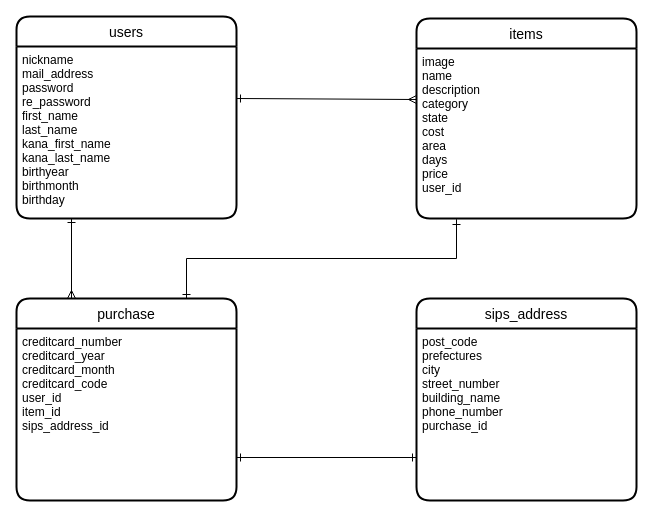
Before: test.dio in JINKE-BETAWA/furima-32593, a draw.io diagram. Source tidied: cells renumbered, new cells numbered last; positions are measured from the earlier drawing's top-left corner, leaving out a move shared by most shapes. Both pictures are drawn from the tidied source at 100%, with x=0, y=0 at pixel (16, 16).
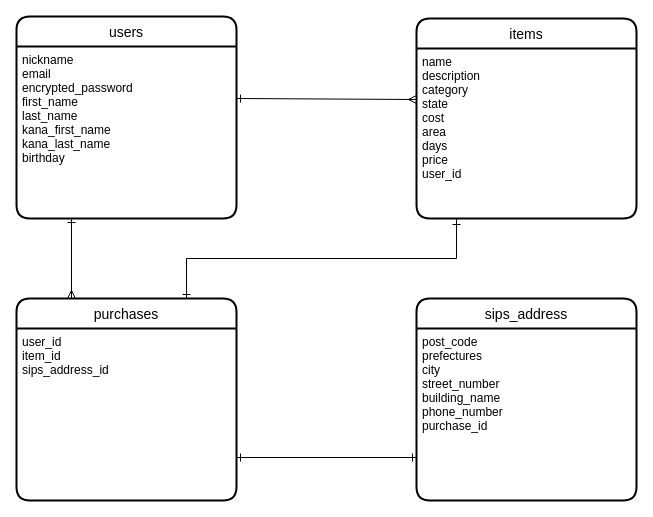
Above is the later version.

Change to the diagram source:
```diff
@@
 <mxGraphModel>
   <root>
     <mxCell id="0" />
     <mxCell id="1" parent="0" />
-    <mxCell id="2" value="purchase" style="swimlane;horizontal=1;startSize=30;rounded=1;fontSize=14;fontStyle=0;strokeWidth=2;shadow=0;dashed=0;align=center;sketch=0;" parent="1" vertex="1">
+    <mxCell id="2" value="purchases" style="swimlane;horizontal=1;startSize=30;rounded=1;fontSize=14;fontStyle=0;strokeWidth=2;shadow=0;dashed=0;align=center;sketch=0;" parent="1" vertex="1">
       <mxGeometry y="282" width="220" height="202" as="geometry" />
     </mxCell>
-    <mxCell id="3" value="creditcard_number&#10;creditcard_year&#10;creditcard_month&#10;creditcard_code&#10;user_id&#10;item_id&#10;sips_address_id" style="align=left;strokeColor=none;fillColor=none;spacingLeft=4;fontSize=12;verticalAlign=top;" parent="2" vertex="1">
+    <mxCell id="3" value="user_id&#10;item_id&#10;sips_address_id" style="align=left;strokeColor=none;fillColor=none;spacingLeft=4;fontSize=12;verticalAlign=top;" parent="2" vertex="1">
       <mxGeometry y="30" width="220" height="172" as="geometry" />
     </mxCell>
     <mxCell id="4" value="sips_address" style="swimlane;horizontal=1;startSize=30;rounded=1;fontSize=14;fontStyle=0;strokeWidth=2;shadow=0;dashed=0;align=center;sketch=0;" parent="1" vertex="1">
       <mxGeometry x="400" y="282" width="220" height="202" as="geometry" />
     </mxCell>
     <mxCell id="5" value="post_code&#10;prefectures&#10;city&#10;street_number&#10;building_name&#10;phone_number&#10;purchase_id&#10;&#10;" style="align=left;strokeColor=none;fillColor=none;spacingLeft=4;fontSize=12;verticalAlign=top;" parent="4" vertex="1">
       <mxGeometry y="30" width="220" height="172" as="geometry" />
     </mxCell>
     <mxCell id="6" style="edgeStyle=orthogonalEdgeStyle;rounded=0;orthogonalLoop=1;jettySize=auto;html=1;startArrow=ERone;startFill=0;endArrow=ERone;endFill=0;" parent="1" edge="1">
       <mxGeometry relative="1" as="geometry">
         <mxPoint x="440" y="212" as="sourcePoint" />
         <mxPoint x="170" y="282" as="targetPoint" />
         <Array as="points">
           <mxPoint x="440" y="203" />
           <mxPoint x="440" y="242" />
           <mxPoint x="170" y="242" />
         </Array>
       </mxGeometry>
     </mxCell>
     <mxCell id="7" style="endArrow=ERmany;html=1;rounded=0;entryX=0;entryY=0.3;entryDx=0;entryDy=0;entryPerimeter=0;endFill=0;startArrow=ERone;startFill=0;" parent="1" edge="1" target="14">
       <mxGeometry relative="1" as="geometry">
         <mxPoint x="220" y="82" as="sourcePoint" />
       </mxGeometry>
     </mxCell>
     <mxCell id="8" style="edgeStyle=orthogonalEdgeStyle;rounded=0;jettySize=auto;html=1;exitX=0.25;exitY=1;exitDx=0;exitDy=0;entryX=0.25;entryY=0;entryDx=0;entryDy=0;startArrow=ERone;startFill=0;endArrow=ERmany;endFill=0;" parent="1" edge="1" source="12" target="2">
       <mxGeometry relative="1" as="geometry" />
     </mxCell>
     <mxCell id="9" style="edgeStyle=orthogonalEdgeStyle;rounded=0;jettySize=auto;html=1;exitX=1;exitY=0.75;exitDx=0;exitDy=0;entryX=0;entryY=0.75;entryDx=0;entryDy=0;startArrow=ERone;startFill=0;endArrow=ERone;endFill=0;" parent="1" edge="1" source="3" target="5">
       <mxGeometry relative="1" as="geometry" />
     </mxCell>
     <mxCell id="10" parent="0" />
     <mxCell id="11" value="users" style="swimlane;horizontal=1;startSize=30;rounded=1;fontSize=14;fontStyle=0;strokeWidth=2;shadow=0;dashed=0;align=center;sketch=0;" parent="10" vertex="1">
       <mxGeometry width="220" height="202" as="geometry" />
     </mxCell>
-    <mxCell id="12" value="nickname&#10;mail_address&#10;password&#10;re_password&#10;first_name&#10;last_name&#10;kana_first_name&#10;kana_last_name&#10;birthyear&#10;birthmonth&#10;birthday" style="align=left;strokeColor=none;fillColor=none;spacingLeft=4;fontSize=12;verticalAlign=top;" parent="11" vertex="1">
+    <mxCell id="12" value="nickname&#10;email&#10;encrypted_password&#10;first_name&#10;last_name&#10;kana_first_name&#10;kana_last_name&#10;birthday" style="align=left;strokeColor=none;fillColor=none;spacingLeft=4;fontSize=12;verticalAlign=top;" parent="11" vertex="1">
       <mxGeometry y="30" width="220" height="172" as="geometry" />
     </mxCell>
     <mxCell id="13" value="items" style="swimlane;horizontal=1;startSize=30;rounded=1;fontSize=14;fontStyle=0;strokeWidth=2;shadow=0;dashed=0;align=center;sketch=0;" parent="10" vertex="1">
       <mxGeometry x="400" y="2" width="220" height="200" as="geometry" />
     </mxCell>
-    <mxCell id="14" value="image&#10;name&#10;description&#10;category&#10;state&#10;cost&#10;area&#10;days&#10;price&#10;user_id" style="align=left;strokeColor=none;fillColor=none;spacingLeft=4;fontSize=12;verticalAlign=top;" parent="13" vertex="1">
+    <mxCell id="14" value="name&#10;description&#10;category&#10;state&#10;cost&#10;area&#10;days&#10;price&#10;user_id" style="align=left;strokeColor=none;fillColor=none;spacingLeft=4;fontSize=12;verticalAlign=top;" parent="13" vertex="1">
       <mxGeometry y="30" width="220" height="170" as="geometry" />
     </mxCell>
   </root>
 </mxGraphModel>
```
